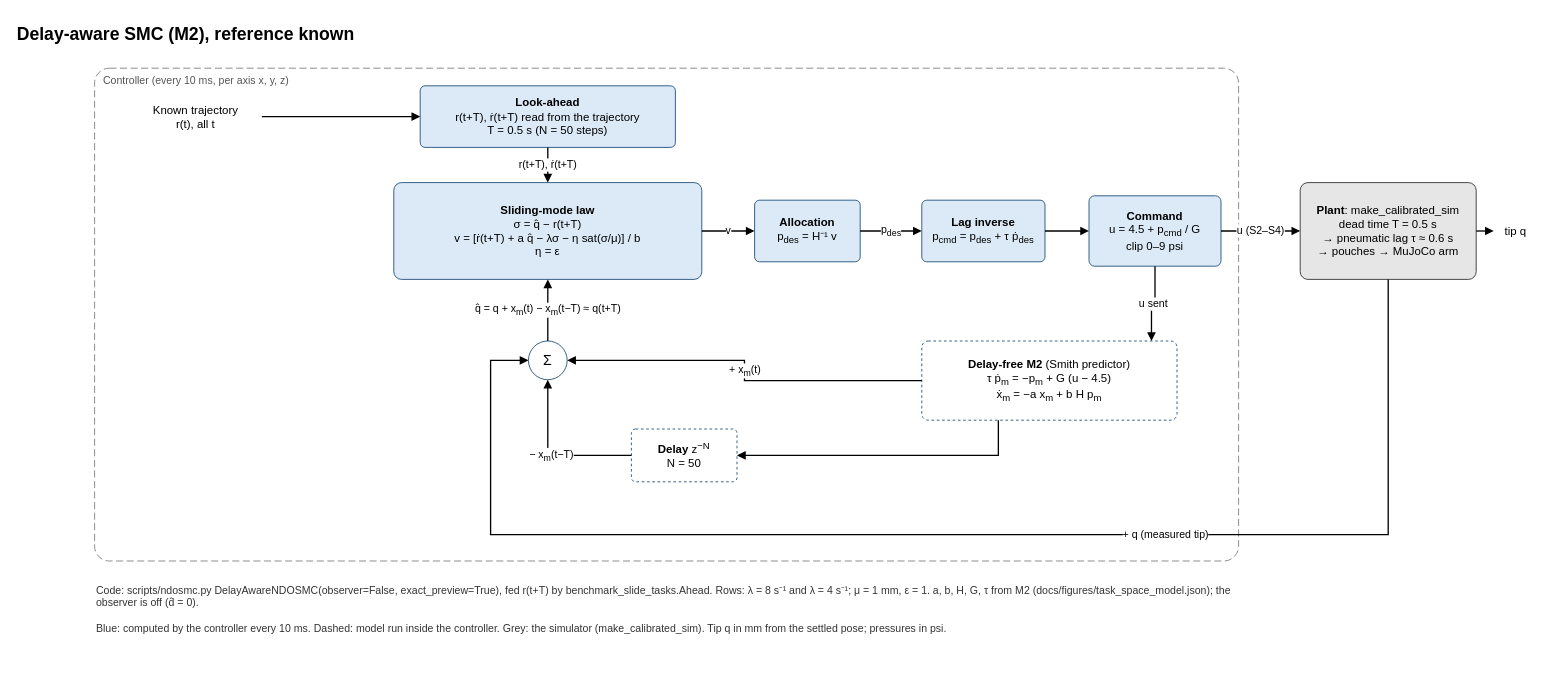
Before: page "SMC known ref" (1 of 4) of docs/diagrams/controllers.drawio in ibraheem-111/soft-pneumatic-arm-control, a draw.io diagram. Source tidied: cells renumbered, new cells numbered last; positions are measured from the earlier drawing's top-left corner, leaving out a move shared by most shapes. Both pictures are drawn from the tidied source at 88%, with x=0, y=0 at pixel (15, 15).
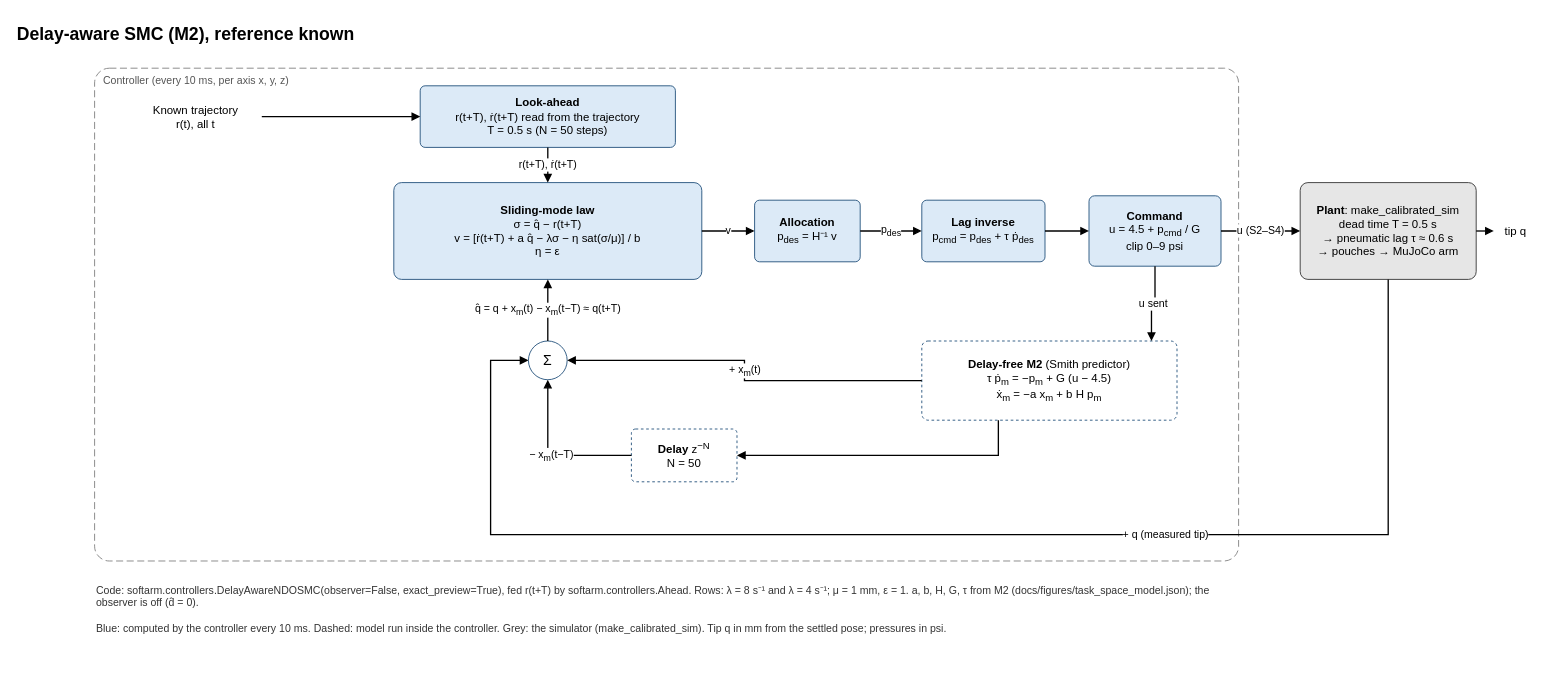
After the change.

Change to the diagram source:
```diff
@@
-    <mxCell id="28" value="Code: scripts/ndosmc.py DelayAwareNDOSMC(observer=False, exact_preview=True), fed r(t+T) by benchmark_slide_tasks.Ahead. Rows: λ = 8 s⁻¹ and λ = 4 s⁻¹; μ = 1 mm, ε = 1. a, b, H, G, τ from M2 (docs/figures/task_space_model.json); the observer is off (d̂ = 0).&lt;br&gt;&lt;br&gt;Blue: computed by the controller every 10 ms. Dashed: model run inside the controller. Grey: the simulator (make_calibrated_sim). Tip q in mm from the settled pose; pressures in psi." style="text;html=1;whiteSpace=wrap;align=left;verticalAlign=top;fontSize=12;fontColor=#333333;" parent="1" vertex="1">
+    <mxCell id="28" value="Code: softarm.controllers.DelayAwareNDOSMC(observer=False, exact_preview=True), fed r(t+T) by softarm.controllers.Ahead. Rows: λ = 8 s⁻¹ and λ = 4 s⁻¹; μ = 1 mm, ε = 1. a, b, H, G, τ from M2 (docs/figures/task_space_model.json); the observer is off (d̂ = 0).&lt;br&gt;&lt;br&gt;Blue: computed by the controller every 10 ms. Dashed: model run inside the controller. Grey: the simulator (make_calibrated_sim). Tip q in mm from the settled pose; pressures in psi." style="text;html=1;whiteSpace=wrap;align=left;verticalAlign=top;fontSize=12;fontColor=#333333;" parent="1" vertex="1">
       <mxGeometry x="90" y="640" width="1300" height="110" as="geometry" />
     </mxCell>
```
